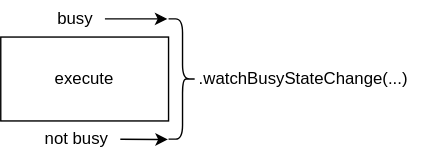
Before: doc/busystate.drawio.svg, a diagram exported from draw.io (FelixCpp/use_in_case). Source tidied: cells renumbered, new cells last; positions are measured from the earlier drawing's top-left corner, leaving out a move shared by most shapes. The source it was exported from:
```xml
<mxGraphModel background="#ffffff">
  <root>
    <mxCell id="0" />
    <mxCell id="1" parent="0" />
    <mxCell id="2" style="shape=curlyBracket;whiteSpace=wrap;html=1;rounded=1;flipH=1;labelPosition=right;verticalLabelPosition=middle;align=left;verticalAlign=middle;fillColor=none;fontColor=#ffffff;strokeColor=default;" parent="1" vertex="1">
      <mxGeometry x="120" y="13" width="20" height="86" as="geometry" />
    </mxCell>
    <mxCell id="3" value=".watchBusyStateChange(...)" style="text;html=1;strokeColor=none;fillColor=none;align=left;verticalAlign=middle;whiteSpace=wrap;rounded=0;" parent="1" vertex="1">
      <mxGeometry x="140" y="41" width="160" height="30" as="geometry" />
    </mxCell>
    <mxCell id="4" style="edgeStyle=none;html=1;" parent="1" edge="1" source="5">
      <mxGeometry relative="1" as="geometry">
        <mxPoint x="119.2" y="13" as="targetPoint" />
      </mxGeometry>
    </mxCell>
    <mxCell id="5" value="busy" style="text;html=1;align=center;verticalAlign=middle;points=[];strokeColor=none;fillColor=none;" parent="1" vertex="1">
      <mxGeometry x="31.5" width="43" height="26" as="geometry" />
    </mxCell>
    <mxCell id="6" style="edgeStyle=none;html=1;entryX=1.023;entryY=1.003;entryDx=0;entryDy=0;entryPerimeter=0;" parent="1" edge="1" source="7" target="2">
      <mxGeometry relative="1" as="geometry" />
    </mxCell>
    <mxCell id="7" value="not busy" style="text;html=1;align=center;verticalAlign=middle;points=[];strokeColor=none;fillColor=none;" parent="1" vertex="1">
      <mxGeometry x="22.5" y="86" width="63" height="26" as="geometry" />
    </mxCell>
    <mxCell id="8" value="execute" style="rounded=0;whiteSpace=wrap;html=1;fillColor=none;" parent="1" vertex="1">
      <mxGeometry y="26" width="120" height="60" as="geometry" />
    </mxCell>
  </root>
</mxGraphModel>
```
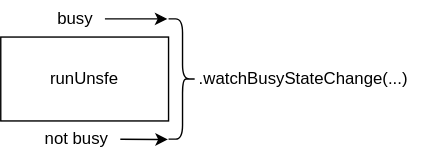
After the change.

What changed in the source:
```diff
@@ -22,7 +22,7 @@
     <mxCell id="7" value="not busy" style="text;html=1;align=center;verticalAlign=middle;points=[];strokeColor=none;fillColor=none;" parent="1" vertex="1">
       <mxGeometry x="22.5" y="86" width="63" height="26" as="geometry" />
     </mxCell>
-    <mxCell id="8" value="execute" style="rounded=0;whiteSpace=wrap;html=1;fillColor=none;" parent="1" vertex="1">
+    <mxCell id="8" value="runUnsfe" style="rounded=0;whiteSpace=wrap;html=1;fillColor=none;" parent="1" vertex="1">
       <mxGeometry y="26" width="120" height="60" as="geometry" />
     </mxCell>
   </root>
```
